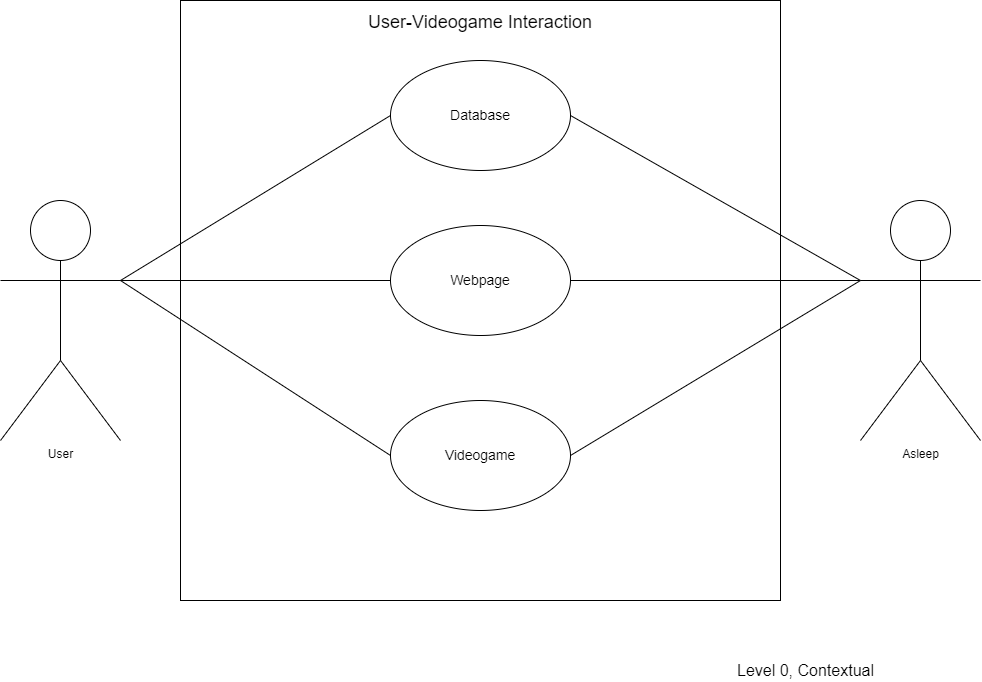
Above: diagramas/CasosUsoGeneral.drawio.png in sebasgonvitec/TC2005B_Equipo3 (draw.io), before the change. Source tidied: cells renumbered, new cells last; positions are measured from the earlier drawing's top-left corner, leaving out a move shared by most shapes.
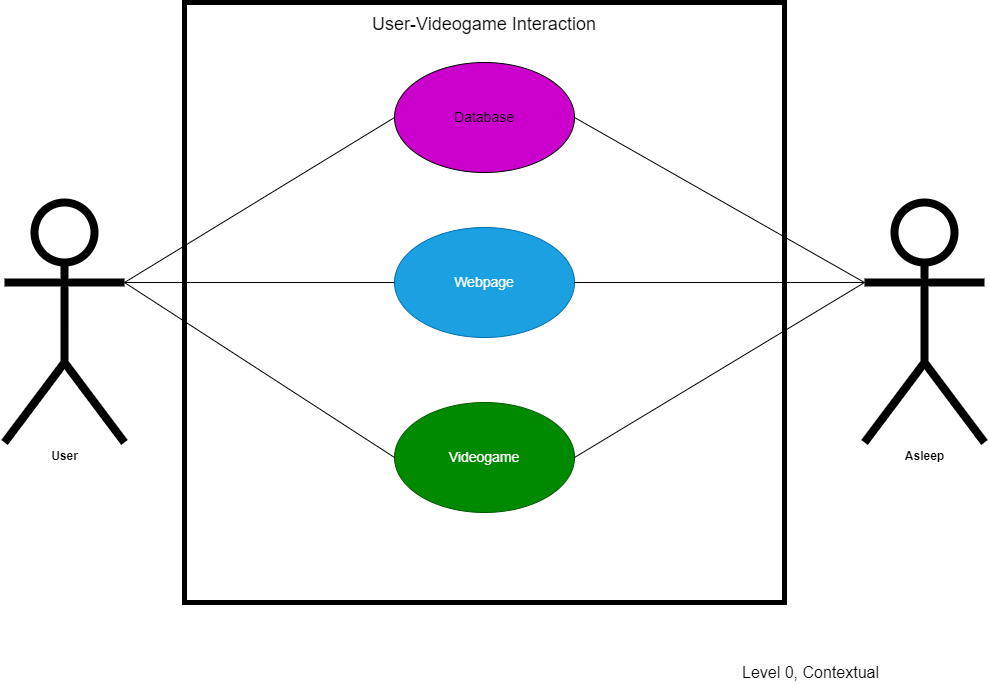
Later version of the same file.

Commit message:
Formato act

What changed in the source:
```diff
@@ -1,47 +1,47 @@
-<mxGraphModel>
+<mxGraphModel background="#ffffff">
   <root>
     <mxCell id="0" />
     <mxCell id="1" parent="0" />
-    <mxCell id="2" value="User&lt;br&gt;" style="shape=umlActor;html=1;verticalLabelPosition=bottom;verticalAlign=top;align=center;" parent="1" vertex="1">
+    <mxCell id="2" value="&lt;b&gt;&lt;font color=&quot;#000000&quot;&gt;User&lt;/font&gt;&lt;/b&gt;" style="shape=umlActor;html=1;verticalLabelPosition=bottom;verticalAlign=top;align=center;strokeColor=#000000;strokeWidth=8;fillColor=#FFFFFF;" parent="1" vertex="1">
       <mxGeometry y="200" width="120" height="240" as="geometry" />
     </mxCell>
-    <mxCell id="3" value="Asleep&lt;br&gt;" style="shape=umlActor;html=1;verticalLabelPosition=bottom;verticalAlign=top;align=center;" parent="1" vertex="1">
+    <mxCell id="3" value="&lt;b&gt;&lt;font color=&quot;#000000&quot;&gt;Asleep&lt;/font&gt;&lt;/b&gt;" style="shape=umlActor;html=1;verticalLabelPosition=bottom;verticalAlign=top;align=center;strokeColor=#000000;strokeWidth=8;fillColor=#FFFFFF;" parent="1" vertex="1">
       <mxGeometry x="860" y="200" width="120" height="240" as="geometry" />
     </mxCell>
-    <mxCell id="4" value="&lt;p&gt;&lt;font style=&quot;font-size: 18px&quot;&gt;User-Videogame Interaction&lt;/font&gt;&lt;/p&gt;" style="shape=rect;html=1;overflow=fill;whiteSpace=wrap;align=center;" parent="1" vertex="1">
+    <mxCell id="4" value="&lt;p&gt;&lt;font style=&quot;font-size: 18px&quot; color=&quot;#000000&quot;&gt;User-Videogame Interaction&lt;/font&gt;&lt;/p&gt;" style="shape=rect;html=1;overflow=fill;whiteSpace=wrap;align=center;strokeColor=#000000;fillColor=#FFFFFF;strokeWidth=5;" parent="1" vertex="1">
       <mxGeometry x="180" width="600" height="600" as="geometry" />
     </mxCell>
-    <mxCell id="5" value="&lt;font style=&quot;font-size: 14px&quot;&gt;Database&lt;/font&gt;" style="ellipse;whiteSpace=wrap;html=1;" parent="1" vertex="1">
+    <mxCell id="5" value="&lt;font style=&quot;font-size: 14px&quot;&gt;Database&lt;/font&gt;" style="ellipse;whiteSpace=wrap;html=1;fillColor=#CC00CC;" parent="1" vertex="1">
       <mxGeometry x="390" y="60" width="180" height="110" as="geometry" />
     </mxCell>
-    <mxCell id="6" value="&lt;font style=&quot;font-size: 14px&quot;&gt;Webpage&lt;/font&gt;" style="ellipse;whiteSpace=wrap;html=1;" parent="1" vertex="1">
+    <mxCell id="6" value="&lt;font style=&quot;font-size: 14px&quot;&gt;Webpage&lt;/font&gt;" style="ellipse;whiteSpace=wrap;html=1;fillColor=#1ba1e2;fontColor=#ffffff;strokeColor=#006EAF;" parent="1" vertex="1">
       <mxGeometry x="390" y="225" width="180" height="110" as="geometry" />
     </mxCell>
-    <mxCell id="7" value="&lt;font style=&quot;font-size: 14px&quot;&gt;Videogame&lt;/font&gt;" style="ellipse;whiteSpace=wrap;html=1;" parent="1" vertex="1">
+    <mxCell id="7" value="&lt;font style=&quot;font-size: 14px&quot;&gt;Videogame&lt;/font&gt;" style="ellipse;whiteSpace=wrap;html=1;fillColor=#008a00;fontColor=#ffffff;strokeColor=#005700;" parent="1" vertex="1">
       <mxGeometry x="390" y="400" width="180" height="110" as="geometry" />
     </mxCell>
-    <mxCell id="8" style="endArrow=none;html=1;entryX=0;entryY=0.5;entryDx=0;entryDy=0;exitX=1;exitY=0.3333333333333333;exitDx=0;exitDy=0;exitPerimeter=0;" parent="1" edge="1" source="2" target="5">
+    <mxCell id="8" style="endArrow=none;html=1;entryX=0;entryY=0.5;entryDx=0;entryDy=0;exitX=1;exitY=0.3333333333333333;exitDx=0;exitDy=0;exitPerimeter=0;strokeColor=#000000;" parent="1" edge="1" source="2" target="5">
       <mxGeometry relative="1" as="geometry" />
     </mxCell>
-    <mxCell id="9" style="endArrow=none;html=1;entryX=0;entryY=0.5;entryDx=0;entryDy=0;exitX=1;exitY=0.3333333333333333;exitDx=0;exitDy=0;exitPerimeter=0;" parent="1" edge="1" source="2" target="6">
+    <mxCell id="9" style="endArrow=none;html=1;entryX=0;entryY=0.5;entryDx=0;entryDy=0;exitX=1;exitY=0.3333333333333333;exitDx=0;exitDy=0;exitPerimeter=0;strokeColor=#000000;" parent="1" edge="1" source="2" target="6">
       <mxGeometry relative="1" as="geometry" />
     </mxCell>
-    <mxCell id="10" style="endArrow=none;html=1;exitX=1;exitY=0.3333333333333333;exitDx=0;exitDy=0;exitPerimeter=0;entryX=0;entryY=0.5;entryDx=0;entryDy=0;" parent="1" edge="1" source="2" target="7">
+    <mxCell id="10" style="endArrow=none;html=1;exitX=1;exitY=0.3333333333333333;exitDx=0;exitDy=0;exitPerimeter=0;entryX=0;entryY=0.5;entryDx=0;entryDy=0;strokeColor=#000000;" parent="1" edge="1" source="2" target="7">
       <mxGeometry relative="1" as="geometry" />
     </mxCell>
-    <mxCell id="11" style="endArrow=none;html=1;entryX=0;entryY=0.3333333333333333;entryDx=0;entryDy=0;entryPerimeter=0;exitX=1;exitY=0.5;exitDx=0;exitDy=0;" parent="1" edge="1" source="5" target="3">
+    <mxCell id="11" style="endArrow=none;html=1;entryX=0;entryY=0.3333333333333333;entryDx=0;entryDy=0;entryPerimeter=0;exitX=1;exitY=0.5;exitDx=0;exitDy=0;strokeColor=#000000;" parent="1" edge="1" source="5" target="3">
       <mxGeometry relative="1" as="geometry" />
     </mxCell>
-    <mxCell id="12" style="endArrow=none;html=1;entryX=0;entryY=0.3333333333333333;entryDx=0;entryDy=0;entryPerimeter=0;exitX=1;exitY=0.5;exitDx=0;exitDy=0;" parent="1" edge="1" source="6" target="3">
+    <mxCell id="12" style="endArrow=none;html=1;entryX=0;entryY=0.3333333333333333;entryDx=0;entryDy=0;entryPerimeter=0;exitX=1;exitY=0.5;exitDx=0;exitDy=0;strokeColor=#000000;" parent="1" edge="1" source="6" target="3">
       <mxGeometry relative="1" as="geometry" />
     </mxCell>
-    <mxCell id="13" style="endArrow=none;html=1;exitX=1;exitY=0.5;exitDx=0;exitDy=0;" parent="1" edge="1" source="7">
+    <mxCell id="13" style="endArrow=none;html=1;exitX=1;exitY=0.5;exitDx=0;exitDy=0;strokeColor=#000000;" parent="1" edge="1" source="7">
       <mxGeometry relative="1" as="geometry">
         <mxPoint x="860" y="280" as="targetPoint" />
       </mxGeometry>
     </mxCell>
-    <mxCell id="14" value="&lt;font style=&quot;font-size: 16px&quot;&gt;Level 0, Contextual&lt;/font&gt;" style="text;html=1;align=center;verticalAlign=middle;strokeColor=none;fillColor=none;fontSize=14;" parent="1" vertex="1">
-      <mxGeometry x="730" y="660" width="150" height="20" as="geometry" />
+    <mxCell id="14" value="&lt;font style=&quot;font-size: 16px&quot; color=&quot;#000000&quot;&gt;Level 0, Contextual&lt;/font&gt;" style="text;html=1;align=center;verticalAlign=middle;strokeColor=none;fillColor=none;fontSize=14;" parent="1" vertex="1">
+      <mxGeometry x="732" y="659" width="147" height="22" as="geometry" />
     </mxCell>
   </root>
 </mxGraphModel>
```
